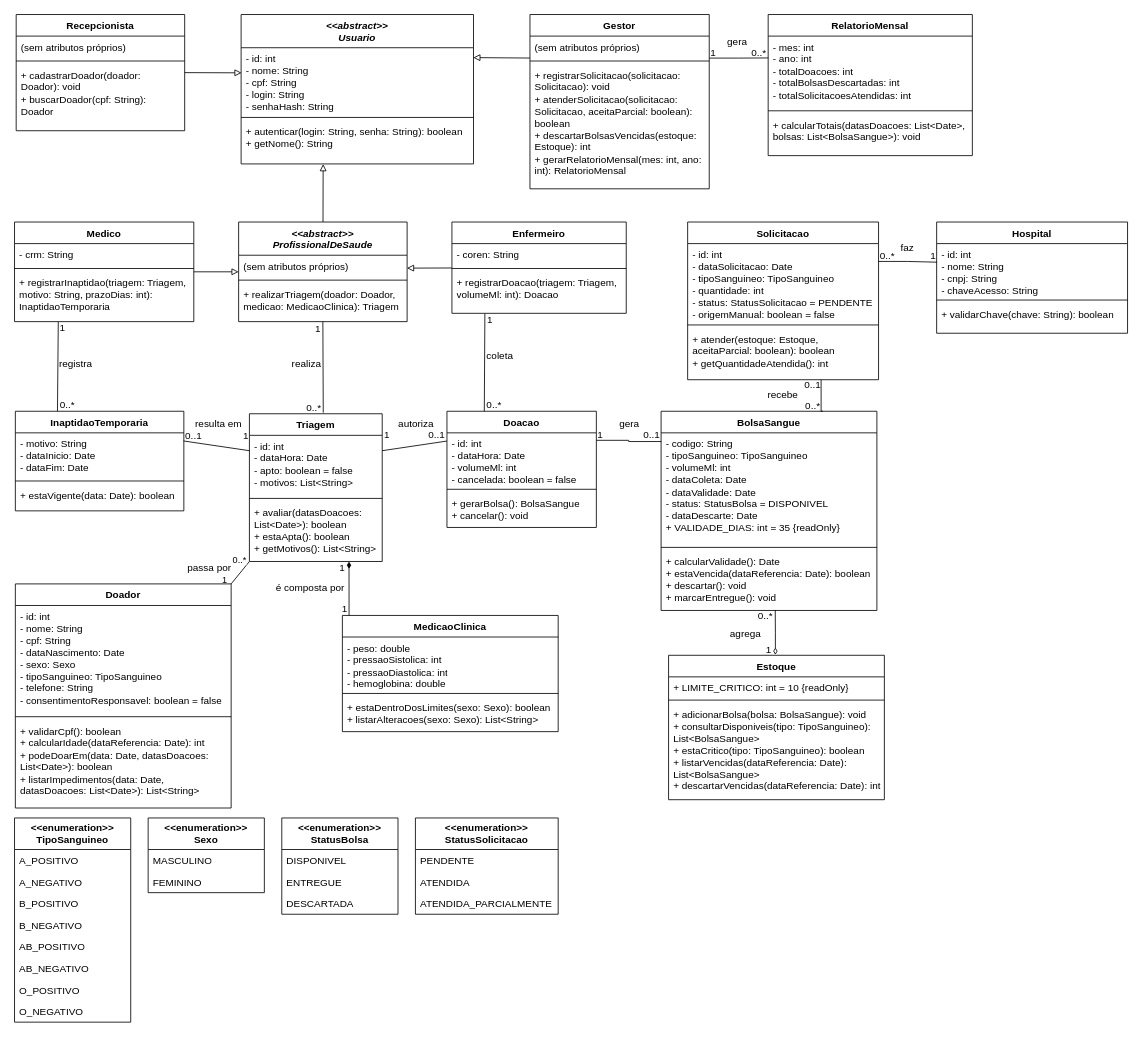
Earlier version of the draw.io diagram docs/diagrama-de-classes.drawio (Grabiie/hemocontrol). Source tidied: cells renumbered, new cells numbered last; positions are measured from the earlier drawing's top-left corner, leaving out a move shared by most shapes. Both pictures are drawn from the tidied source at 83%, with x=0, y=0 at pixel (14, 14).
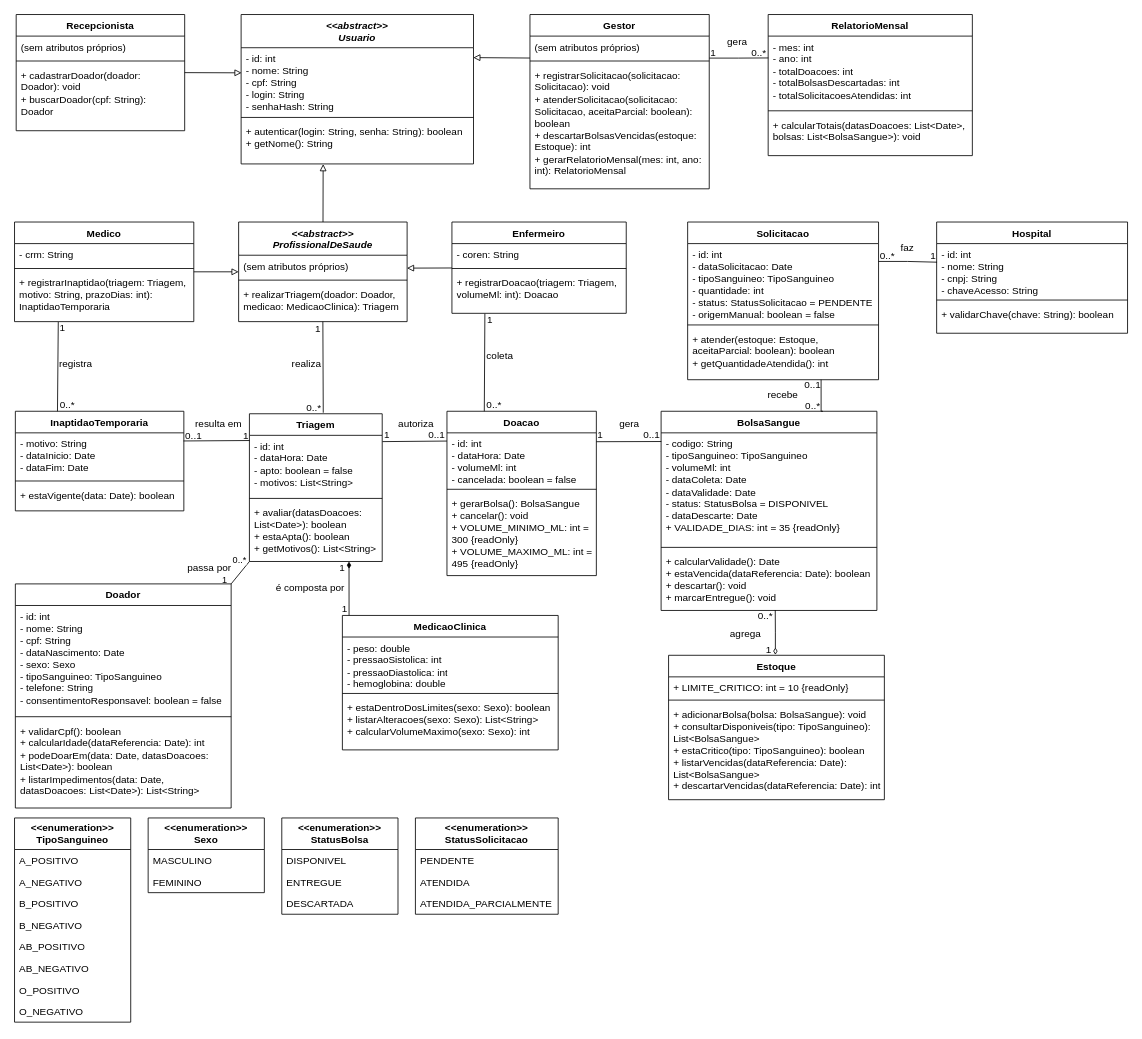
The same page after the edit.

Commit message (it also covers changes not shown here):
docs: adiciona RN-07 de volume da doação

Unchanged cells that the change refers to:
```xml
<mxCell id="42" value="Triagem&lt;div&gt;&lt;br/&gt;&lt;/div&gt;" style="swimlane;fontStyle=1;align=center;verticalAlign=top;horizontal=1;startSize=26;whiteSpace=wrap;html=1;" parent="1" vertex="1">
  <mxGeometry x="283" y="481" width="160" height="178" as="geometry" />
</mxCell>
<mxCell id="43" value="- id: int&lt;br&gt;- dataHora: Date&lt;br&gt;- apto: boolean = false&lt;br&gt;- motivos: List&amp;lt;String&amp;gt;" style="text;strokeColor=none;fillColor=none;align=left;verticalAlign=top;spacingLeft=4;spacingRight=4;overflow=hidden;points=[[0,0.5],[1,0.5]];portConstraint=eastwest;whiteSpace=wrap;html=1;" parent="42" vertex="1">
  <mxGeometry y="26" width="160" height="72" as="geometry" />
</mxCell>
<mxCell id="47" value="- motivo: String&lt;br/&gt;- dataInicio: Date&lt;br/&gt;- dataFim: Date" style="text;strokeColor=none;fillColor=none;align=left;verticalAlign=top;spacingLeft=4;spacingRight=4;overflow=hidden;points=[[0,0.5],[1,0.5]];portConstraint=eastwest;whiteSpace=wrap;html=1;" parent="46" vertex="1">
  <mxGeometry y="26" width="203" height="54" as="geometry" />
</mxCell>
<mxCell id="51" value="- id: int&lt;br/&gt;- dataHora: Date&lt;br/&gt;- volumeMl: int&lt;br/&gt;- cancelada: boolean = false" style="text;strokeColor=none;fillColor=none;align=left;verticalAlign=top;spacingLeft=4;spacingRight=4;overflow=hidden;points=[[0,0.5],[1,0.5]];portConstraint=eastwest;whiteSpace=wrap;html=1;" parent="50" vertex="1">
  <mxGeometry y="26" width="180" height="64" as="geometry" />
</mxCell>
<mxCell id="55" value="- codigo: String&lt;br&gt;- tipoSanguineo: TipoSanguineo&lt;br&gt;- volumeMl: int&lt;br&gt;- dataColeta: Date&lt;br&gt;- dataValidade: Date&lt;br&gt;- status: StatusBolsa = DISPONIVEL&lt;br&gt;- dataDescarte: Date&lt;br&gt;+ VALIDADE_DIAS: int = 35 {readOnly}" style="text;strokeColor=none;fillColor=none;align=left;verticalAlign=top;spacingLeft=4;spacingRight=4;overflow=hidden;points=[[0,0.5],[1,0.5]];portConstraint=eastwest;whiteSpace=wrap;html=1;" parent="54" vertex="1">
  <mxGeometry y="26" width="260" height="134" as="geometry" />
</mxCell>
```

The edit, as a diff of the source:
```diff
@@
     <mxCell id="37" value="&lt;div&gt;MedicaoClinica&lt;/div&gt;" style="swimlane;fontStyle=1;align=center;verticalAlign=top;horizontal=1;startSize=26;whiteSpace=wrap;html=1;" parent="1" vertex="1">
-      <mxGeometry x="395" y="724" width="260" height="140" as="geometry" />
+      <mxGeometry x="395" y="724" width="260" height="162" as="geometry" />
     </mxCell>
@@
-    <mxCell id="40" value="+ estaDentroDosLimites(sexo: Sexo): boolean&lt;br&gt;+ listarAlteracoes(sexo: Sexo): List&amp;lt;String&amp;gt;" style="text;strokeColor=none;fillColor=none;align=left;verticalAlign=top;spacingLeft=4;spacingRight=4;overflow=hidden;whiteSpace=wrap;html=1;" parent="37" vertex="1">
-      <mxGeometry y="98" width="260" height="42" as="geometry" />
+    <mxCell id="40" value="+ estaDentroDosLimites(sexo: Sexo): boolean&lt;br&gt;+ listarAlteracoes(sexo: Sexo): List&amp;lt;String&amp;gt;&lt;br&gt;+ calcularVolumeMaximo(sexo: Sexo): int" style="text;strokeColor=none;fillColor=none;align=left;verticalAlign=top;spacingLeft=4;spacingRight=4;overflow=hidden;whiteSpace=wrap;html=1;" parent="37" vertex="1">
+      <mxGeometry y="98" width="260" height="64" as="geometry" />
     </mxCell>
-    <mxCell id="41" style="rounded=0;jettySize=auto;html=1;exitX=1;exitY=0.25;exitDx=0;exitDy=0;defaultLabelBackgroundColor=page;endArrow=none;endFill=0;" parent="1" edge="1" source="42">
+    <mxCell id="41" style="rounded=0;jettySize=auto;html=1;defaultLabelBackgroundColor=page;endArrow=none;endFill=0;exitX=1.002;exitY=0.105;exitDx=0;exitDy=0;exitPerimeter=0;" parent="1" edge="1" source="43">
       <mxGeometry relative="1" as="geometry">
         <mxPoint x="521" y="513.9" as="targetPoint" />
       </mxGeometry>
     </mxCell>
@@
     <mxCell id="50" value="Doacao" style="swimlane;fontStyle=1;align=center;verticalAlign=top;horizontal=1;startSize=26;whiteSpace=wrap;html=1;" parent="1" vertex="1">
-      <mxGeometry x="521" y="478" width="180" height="140" as="geometry" />
+      <mxGeometry x="521" y="478" width="180" height="198" as="geometry" />
     </mxCell>
@@
-    <mxCell id="53" value="+ gerarBolsa(): BolsaSangue&lt;br/&gt;+ cancelar(): void" style="text;strokeColor=none;fillColor=none;align=left;verticalAlign=top;spacingLeft=4;spacingRight=4;overflow=hidden;whiteSpace=wrap;html=1;" parent="50" vertex="1">
-      <mxGeometry y="98" width="180" height="42" as="geometry" />
+    <mxCell id="53" value="+ gerarBolsa(): BolsaSangue&lt;br&gt;+ cancelar(): void&lt;br&gt;+ VOLUME_MINIMO_ML: int = 300 {readOnly}&lt;br&gt;+ VOLUME_MAXIMO_ML: int = 495 {readOnly}" style="text;strokeColor=none;fillColor=none;align=left;verticalAlign=top;spacingLeft=4;spacingRight=4;overflow=hidden;whiteSpace=wrap;html=1;" parent="50" vertex="1">
+      <mxGeometry y="98" width="180" height="100" as="geometry" />
     </mxCell>
@@
-    <mxCell id="101" style="rounded=0;jettySize=auto;html=1;exitX=0;exitY=0.25;exitDx=0;exitDy=0;entryX=0.998;entryY=0.181;entryDx=0;entryDy=0;entryPerimeter=0;defaultLabelBackgroundColor=page;endArrow=none;endFill=0;" parent="1" edge="1" source="42" target="47">
+    <mxCell id="101" style="rounded=0;jettySize=auto;html=1;exitX=0.002;exitY=0.087;exitDx=0;exitDy=0;entryX=0.998;entryY=0.181;entryDx=0;entryDy=0;entryPerimeter=0;defaultLabelBackgroundColor=page;endArrow=none;endFill=0;exitPerimeter=0;" parent="1" edge="1" source="43" target="47">
       <mxGeometry relative="1" as="geometry" />
     </mxCell>
@@
-    <mxCell id="112" style="edgeStyle=orthogonalEdgeStyle;rounded=0;jettySize=auto;html=1;exitX=1;exitY=0.25;exitDx=0;exitDy=0;entryX=0.001;entryY=0.078;entryDx=0;entryDy=0;entryPerimeter=0;defaultLabelBackgroundColor=page;endArrow=none;endFill=0;" parent="1" edge="1" source="50" target="55">
+    <mxCell id="112" style="rounded=0;jettySize=auto;html=1;exitX=1;exitY=0.167;exitDx=0;exitDy=0;entryX=0.001;entryY=0.078;entryDx=0;entryDy=0;entryPerimeter=0;defaultLabelBackgroundColor=page;endArrow=none;endFill=0;exitPerimeter=0;" parent="1" edge="1" source="51" target="55">
       <mxGeometry relative="1" as="geometry" />
     </mxCell>
```
